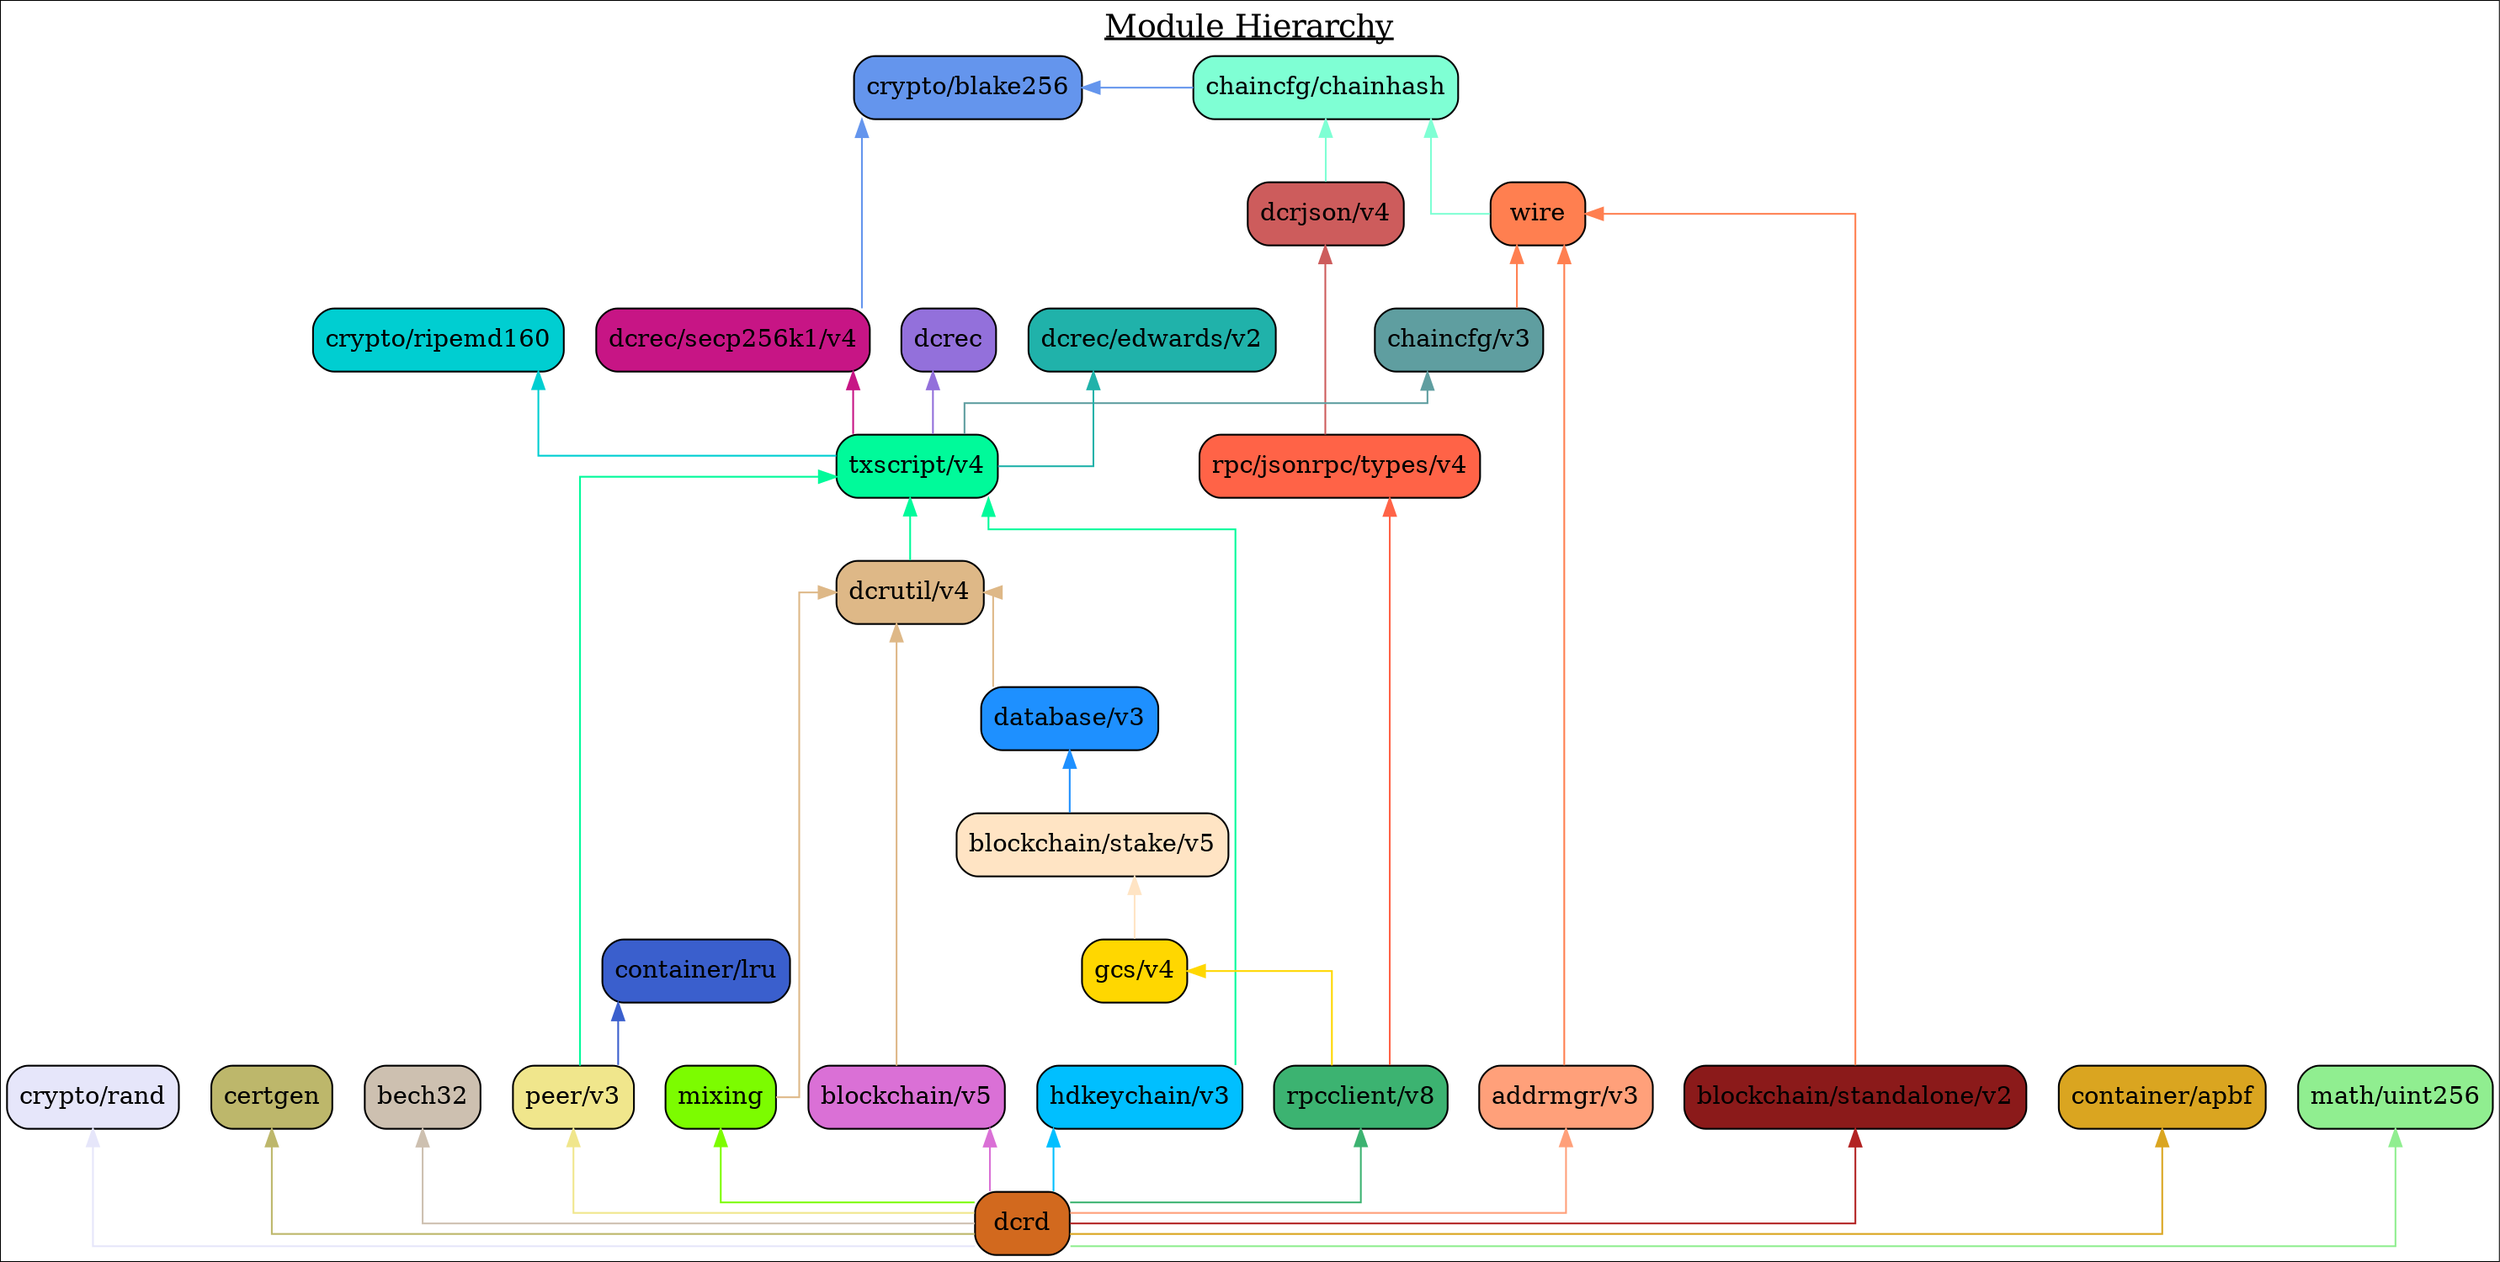
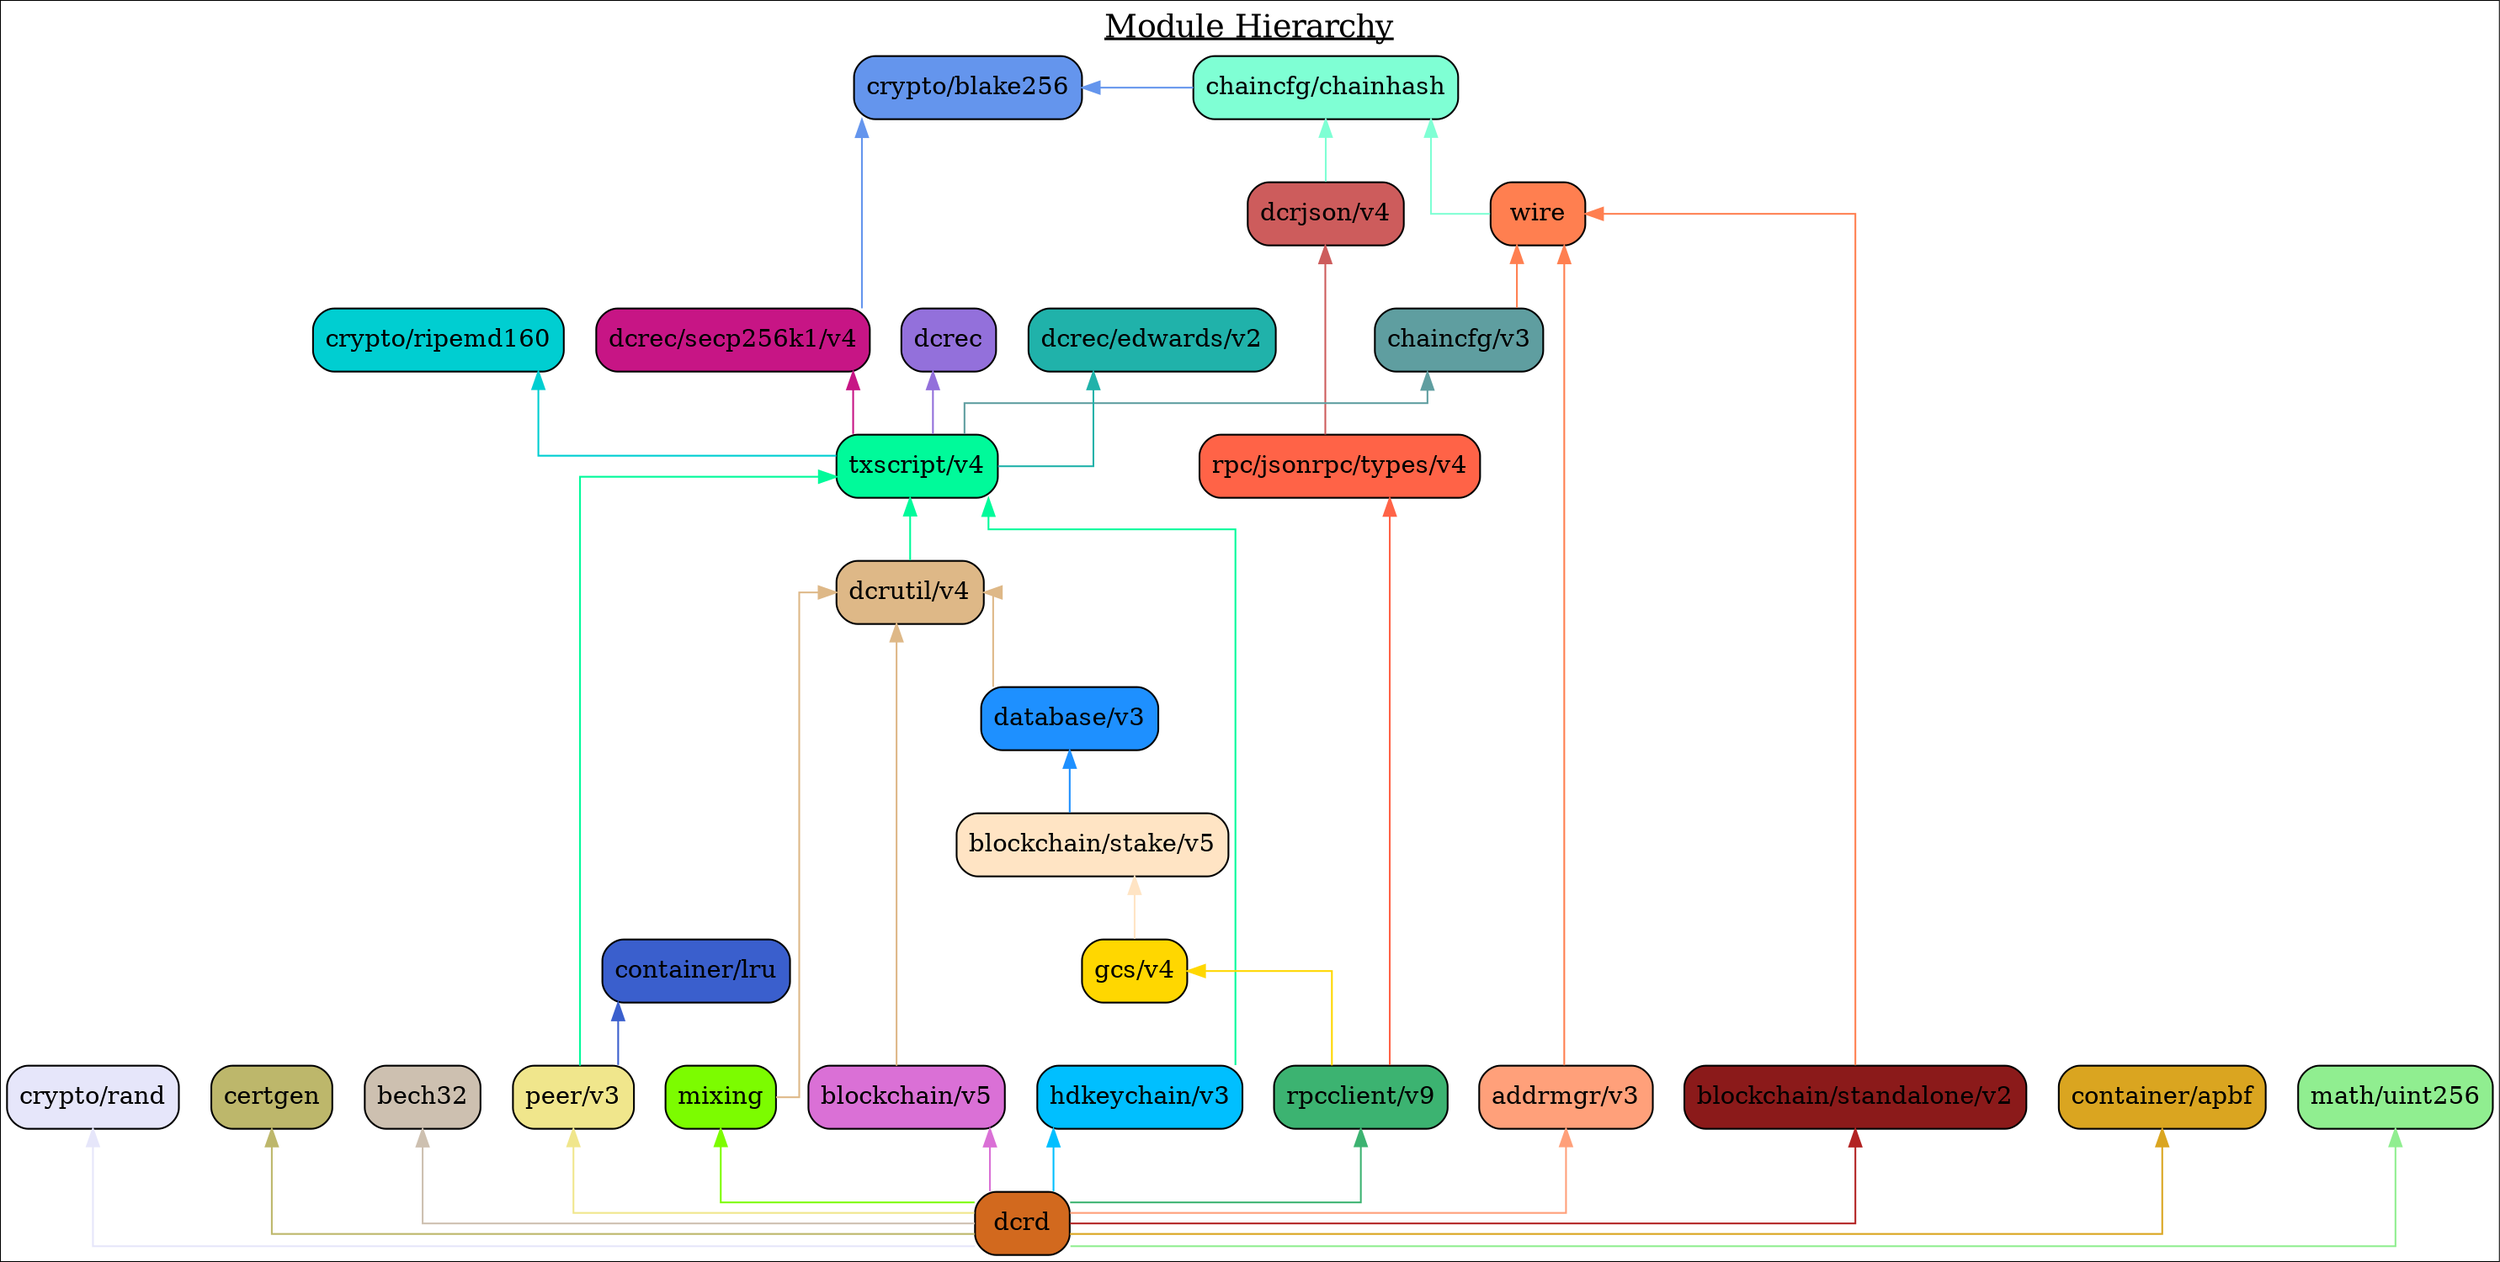
digraph {
	graph [splines=ortho colorscheme=svg label=<<u>Module Hierarchy</u>> labelloc=t fontsize=18.0]
	node [shape=box style="filled, rounded" margin=0.1]

	blake256 [label="crypto/blake256" fillcolor=cornflowerblue]
	ripemd160 [label="crypto/ripemd160" fillcolor=darkturquoise]
	rand [label="crypto/rand" fillcolor=lavender]
	certgen [label="certgen" fillcolor=darkkhaki]
	bech32 [label="bech32" fillcolor=antiquewhite3]
	chainhash [label="chaincfg/chainhash" fillcolor=aquamarine]
	dcrjson [label="dcrjson/v4" fillcolor=indianred]
	types [label="rpc/jsonrpc/types/v4" fillcolor=tomato]
	wire [label="wire" fillcolor=coral]
	chaincfg [label="chaincfg/v3" fillcolor=cadetblue]
	dcrec [label="dcrec" fillcolor=mediumpurple]
	edwards [label="dcrec/edwards/v2" fillcolor=lightseagreen]
	secp256k1 [label="dcrec/secp256k1/v4" fillcolor=mediumvioletred]
	dcrutil [label="dcrutil/v4" fillcolor=burlywood]
	mixing [label="mixing" fillcolor=lawngreen]
	database [label="database/v3" fillcolor=dodgerblue]
	hdkeychain [label="hdkeychain/v3" fillcolor=deepskyblue]
	txscript [label="txscript/v4" fillcolor=mediumspringgreen]
	stake [label="blockchain/stake/v5" fillcolor=bisque]
	gcs [label="gcs/v4" fillcolor=gold]
	standalone [label="blockchain/standalone/v2" fillcolor=firebrick4]
	lru [label="container/lru" fillcolor=royalblue3]
	peer [label="peer/v3" fillcolor=khaki]
- 	rpcclient [label="rpcclient/v8" fillcolor=mediumseagreen]
+ 	rpcclient [label="rpcclient/v9" fillcolor=mediumseagreen]
	addrmgr [label="addrmgr/v3" fillcolor=lightsalmon]
	blockchain [label="blockchain/v5" fillcolor=orchid]
	apbf [label="container/apbf" fillcolor=goldenrod]
	uint256  [label="math/uint256" fillcolor=lightgreen]
	dcrd [label="dcrd" fillcolor=chocolate]

	{rank=same blake256 chainhash}
	{rank=same dcrec secp256k1}
	{rank=same certgen bech32 apbf uint256 mixing}
	{rank=same addrmgr hdkeychain peer blockchain standalone rpcclient}

	certgen
	bech32
	blake256 -> chainhash [dir=back color=cornflowerblue]
	blake256 -> secp256k1 [dir=back color=cornflowerblue]
	chaincfg -> txscript [dir=back color=cadetblue]
	chainhash -> dcrjson [dir=back color=aquamarine]
	chainhash -> wire [dir=back color=aquamarine]
	wire -> addrmgr [dir=back color=coral]
	wire -> chaincfg [dir=back color=coral]
	wire -> standalone [dir=back color=coral]
	ripemd160 -> txscript [dir=back color=darkturquoise]
	dcrec -> txscript [dir=back color=mediumpurple]
	edwards -> txscript [dir=back color=lightseagreen]
	secp256k1 -> txscript [dir=back color=mediumvioletred]
	txscript -> dcrutil [dir=back color=mediumspringgreen]
	txscript -> hdkeychain [dir=back color=mediumspringgreen]
	txscript -> peer [dir=back color=mediumspringgreen]
	dcrutil -> blockchain [dir=back color=burlywood]
	dcrutil -> database [dir=back color=burlywood]
	dcrutil -> mixing [dir=back color=burlywood]
	database -> stake [dir=back color=dodgerblue]
	stake -> gcs [dir=back color=bisque]
	gcs -> rpcclient [dir=back color=gold]

	lru -> peer [dir=back color=royalblue3]
	dcrjson -> types [dir=back color=indianred]
	types -> rpcclient [dir=back color=tomato]

	rand -> dcrd [dir=back color=lavender]
	blockchain -> dcrd [dir=back color=orchid]
	mixing -> dcrd [dir=back color=lawngreen]
	standalone -> dcrd [dir=back color=firebrick]
	certgen -> dcrd [dir=back color=darkkhaki]
	bech32 -> dcrd [dir=back color=antiquewhite3]
	addrmgr -> dcrd [dir=back color=lightsalmon]
	hdkeychain -> dcrd [dir=back color=deepskyblue]
	rpcclient -> dcrd [dir=back color=mediumseagreen]
	peer -> dcrd [dir=back color=khaki]
	apbf -> dcrd [dir=back color=goldenrod]
	uint256 -> dcrd [dir=back color=lightgreen]
}
